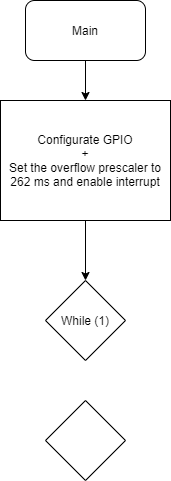
This is Lab/04-Interrupts/Lab4.png from unaxlasa/Digital-electronics-2, a draw.io export, as it was before one commit. Source tidied: cells renumbered, new cells last; positions are measured from the earlier drawing's top-left corner, leaving out a move shared by most shapes.
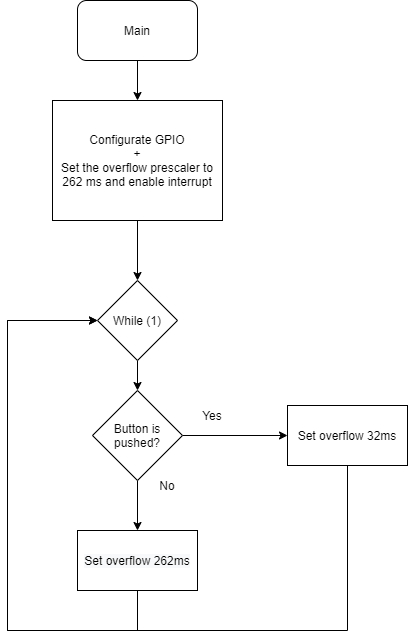
The same diagram one commit later.

Diff of the diagram source:
```diff
@@ -14,11 +14,50 @@
     <mxCell id="5" value="Configurate GPIO&lt;br&gt;+&lt;br&gt;Set the overflow prescaler to 262 ms and enable interrupt" style="rounded=0;whiteSpace=wrap;html=1;" parent="1" vertex="1">
       <mxGeometry y="100" width="170" height="120" as="geometry" />
     </mxCell>
+    <mxCell id="8" style="edgeStyle=orthogonalEdgeStyle;rounded=0;jettySize=auto;html=1;" parent="1" edge="1" source="6" target="7">
+      <mxGeometry relative="1" as="geometry" />
+    </mxCell>
     <mxCell id="6" value="While (1)" style="rhombus;whiteSpace=wrap;html=1;" parent="1" vertex="1">
       <mxGeometry x="45" y="280" width="80" height="80" as="geometry" />
     </mxCell>
+    <mxCell id="9" style="edgeStyle=orthogonalEdgeStyle;rounded=0;jettySize=auto;html=1;" parent="1" edge="1" source="7" target="12">
+      <mxGeometry relative="1" as="geometry" />
+    </mxCell>
+    <mxCell id="10" style="edgeStyle=orthogonalEdgeStyle;rounded=0;jettySize=auto;html=1;" parent="1" edge="1" source="7" target="14">
+      <mxGeometry relative="1" as="geometry" />
+    </mxCell>
-    <mxCell id="7" style="rhombus;whiteSpace=wrap;html=1;" parent="1" vertex="1">
-      <mxGeometry x="45" y="400" width="80" height="80" as="geometry" />
+    <mxCell id="7" value="Button is pushed?" style="rhombus;whiteSpace=wrap;html=1;" parent="1" vertex="1">
+      <mxGeometry x="40" y="390" width="90" height="90" as="geometry" />
     </mxCell>
+    <mxCell id="11" style="edgeStyle=orthogonalEdgeStyle;rounded=0;jettySize=auto;html=1;exitX=0.5;exitY=1;exitDx=0;exitDy=0;entryX=0;entryY=0.5;entryDx=0;entryDy=0;" parent="1" edge="1" source="12" target="6">
+      <mxGeometry relative="1" as="geometry">
+        <Array as="points">
+          <mxPoint x="85" y="630" />
+          <mxPoint x="-45" y="630" />
+          <mxPoint x="-45" y="320" />
+        </Array>
+      </mxGeometry>
+    </mxCell>
+    <mxCell id="12" value="&lt;span style=&quot;color: rgb(0 , 0 , 0) ; font-family: &amp;#34;helvetica&amp;#34; ; font-size: 12px ; font-style: normal ; font-weight: 400 ; letter-spacing: normal ; text-align: center ; text-indent: 0px ; text-transform: none ; word-spacing: 0px ; background-color: rgb(248 , 249 , 250) ; display: inline ; float: none&quot;&gt;Set overflow 262ms&lt;/span&gt;" style="rounded=0;whiteSpace=wrap;html=1;" parent="1" vertex="1">
+      <mxGeometry x="25" y="530" width="120" height="60" as="geometry" />
+    </mxCell>
+    <mxCell id="13" style="edgeStyle=orthogonalEdgeStyle;rounded=0;jettySize=auto;html=1;exitX=0.5;exitY=1;exitDx=0;exitDy=0;entryX=0;entryY=0.5;entryDx=0;entryDy=0;" parent="1" edge="1" source="14" target="6">
+      <mxGeometry relative="1" as="geometry">
+        <Array as="points">
+          <mxPoint x="295" y="630" />
+          <mxPoint x="-45" y="630" />
+          <mxPoint x="-45" y="320" />
+        </Array>
+      </mxGeometry>
+    </mxCell>
+    <mxCell id="14" value="Set overflow 32ms" style="rounded=0;whiteSpace=wrap;html=1;" parent="1" vertex="1">
+      <mxGeometry x="235" y="405" width="120" height="60" as="geometry" />
+    </mxCell>
+    <mxCell id="15" value="Yes" style="text;html=1;strokeColor=none;fillColor=none;align=center;verticalAlign=middle;whiteSpace=wrap;rounded=0;" parent="1" vertex="1">
+      <mxGeometry x="130" y="400" width="60" height="30" as="geometry" />
+    </mxCell>
+    <mxCell id="16" value="No" style="text;html=1;strokeColor=none;fillColor=none;align=center;verticalAlign=middle;whiteSpace=wrap;rounded=0;" parent="1" vertex="1">
+      <mxGeometry x="85" y="470" width="60" height="30" as="geometry" />
+    </mxCell>
   </root>
 </mxGraphModel>
```
